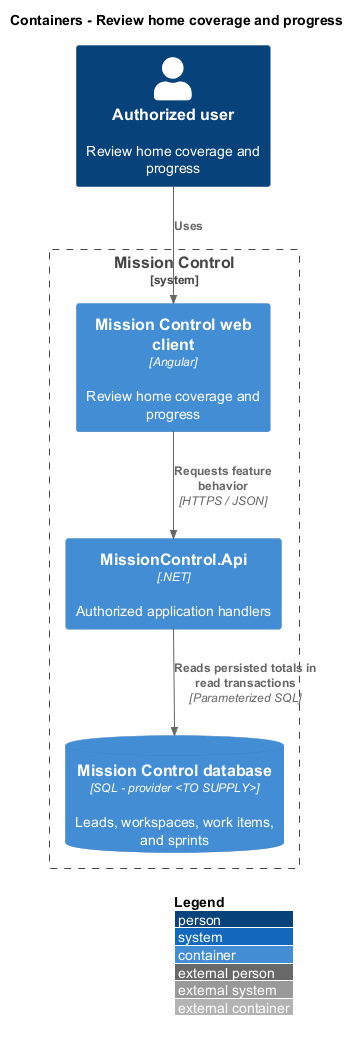
Above: docs/detailed-designs/workspace/review-home/diagrams/c4-container.png in QuinntyneBrown/mission-control (PlantUML), before the change.
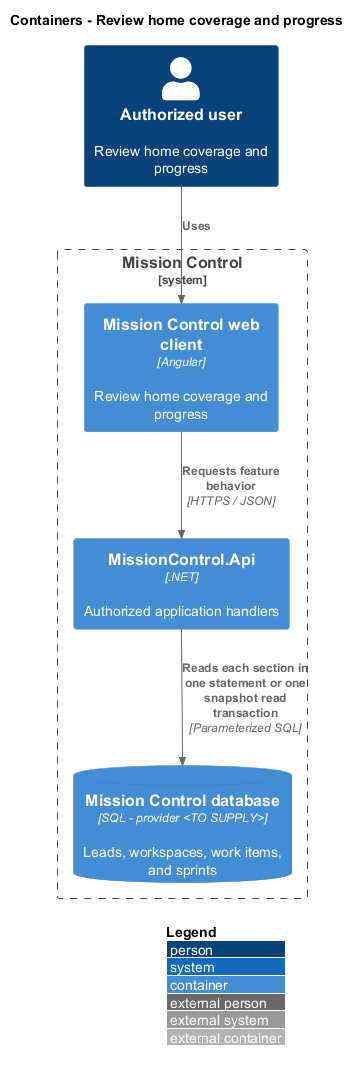
After the commit.

The edit, as a diff of the source:
```diff
@@ -10,5 +10,5 @@
 }
 Rel(actor, web, "Uses")
 Rel(web, api, "Requests feature behavior", "HTTPS / JSON")
-Rel(api, db, "Reads persisted totals in read transactions", "Parameterized SQL")
+Rel(api, db, "Reads each section in one statement or one snapshot read transaction", "Parameterized SQL")
 @enduml
```
